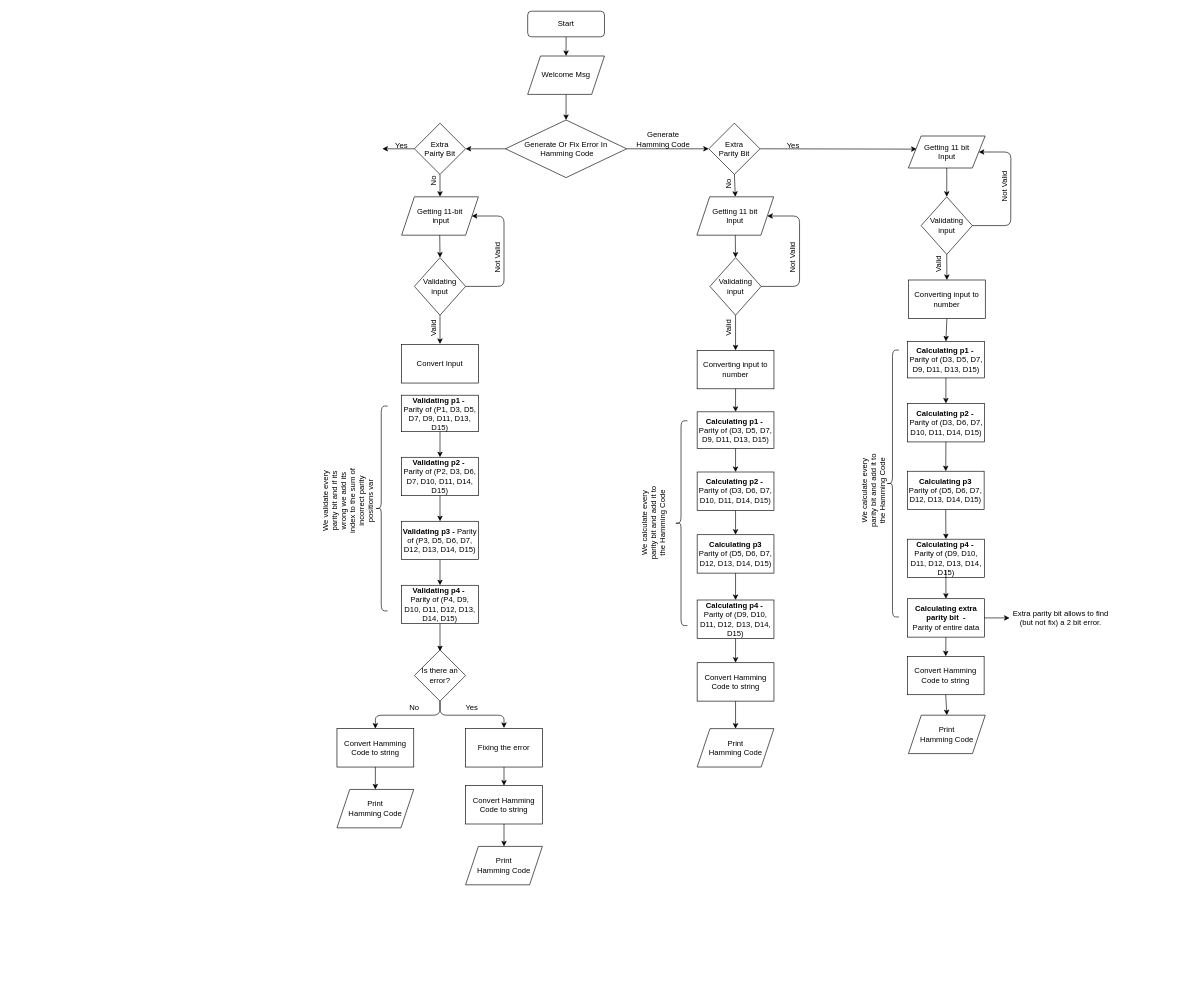
The draw.io diagram Diagrams/Part1.drawio in Bnux256/Hamming-Code-8086, before the edit. Source tidied: cells renumbered, new cells numbered last; positions are measured from the earlier drawing's top-left corner, leaving out a move shared by most shapes. Both pictures are drawn from the tidied source at 64%, with x=0, y=0 at pixel (305, 11).
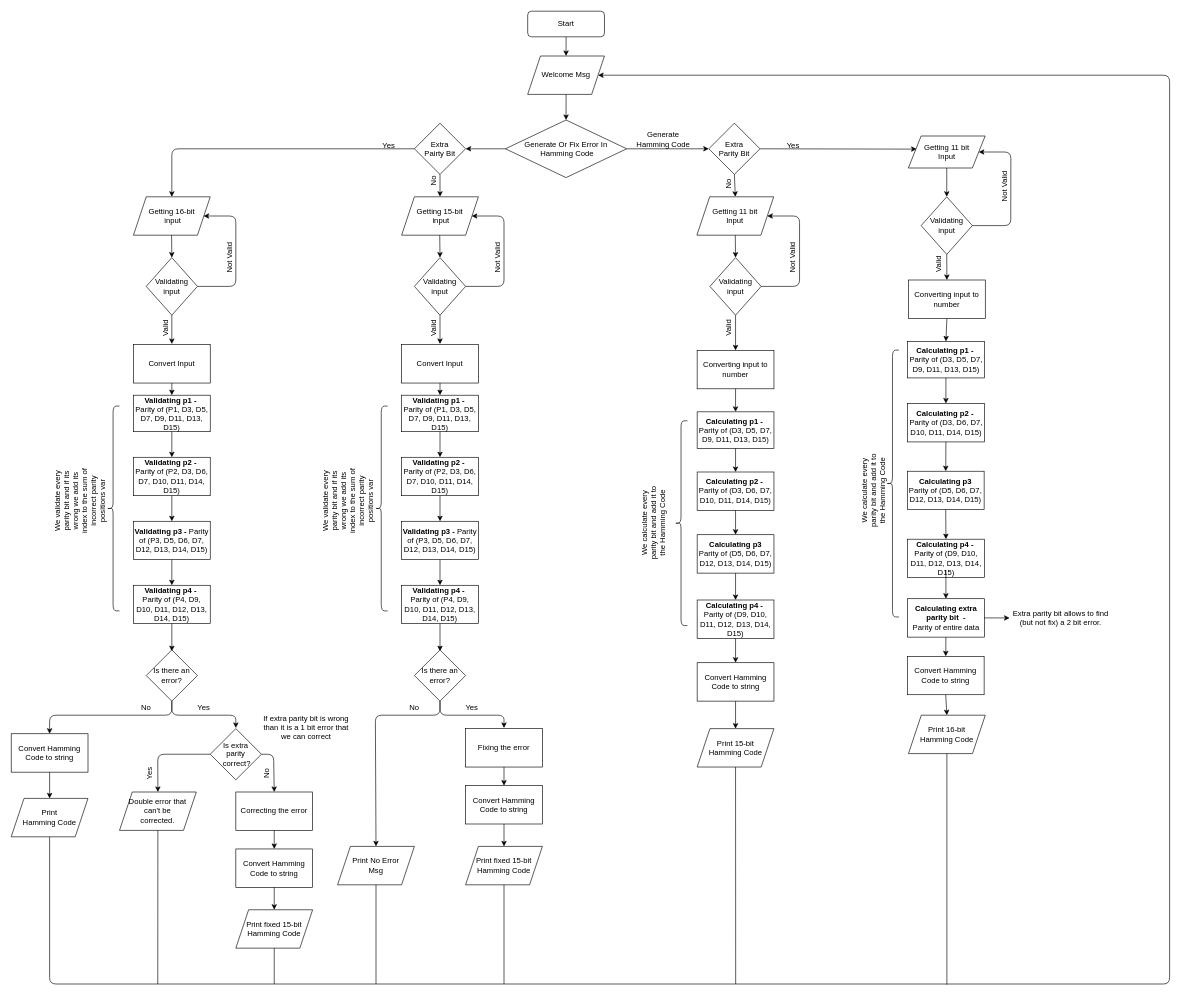
Above is the later version.

The change refers to these unchanged cells:
```xml
<mxCell id="2" value="Welcome Msg" style="shape=parallelogram;perimeter=parallelogramPerimeter;whiteSpace=wrap;html=1;fixedSize=1;" parent="1" vertex="1">
  <mxGeometry x="348" y="70" width="120" height="60" as="geometry" />
</mxCell>
<mxCell id="55" value="Extra &lt;br&gt;Pairty Bit" style="rhombus;whiteSpace=wrap;html=1;" parent="1" vertex="1">
  <mxGeometry x="171" y="175" width="80" height="80" as="geometry" />
</mxCell>
<mxCell id="67" value="Convert Input" style="rounded=0;whiteSpace=wrap;html=1;" parent="1" vertex="1">
  <mxGeometry x="151" y="521" width="120" height="60" as="geometry" />
</mxCell>
<mxCell id="68" value="&lt;b&gt;Validating p1 -&amp;nbsp;&lt;br&gt;&lt;/b&gt;Parity of (P1, D3, D5, D7, D9, D11, D13, D15)" style="rounded=0;whiteSpace=wrap;html=1;" parent="1" vertex="1">
  <mxGeometry x="151" y="600" width="120" height="57" as="geometry" />
</mxCell>
<mxCell id="83" value="Is there an error?" style="rhombus;whiteSpace=wrap;html=1;" parent="1" vertex="1">
  <mxGeometry x="171" y="998" width="80" height="80" as="geometry" />
</mxCell>
```

Change to the diagram source:
```diff
@@
-    <mxCell id="22" value="Print &lt;br&gt;Hamming Code" style="shape=parallelogram;perimeter=parallelogramPerimeter;whiteSpace=wrap;html=1;fixedSize=1;" parent="1" vertex="1">
+    <mxCell id="22" value="Print 15-bit&lt;br&gt;Hamming Code" style="shape=parallelogram;perimeter=parallelogramPerimeter;whiteSpace=wrap;html=1;fixedSize=1;" parent="1" vertex="1">
       <mxGeometry x="612.8" y="1121" width="120" height="60" as="geometry" />
     </mxCell>
@@
-    <mxCell id="52" value="Print &lt;br&gt;Hamming Code" style="shape=parallelogram;perimeter=parallelogramPerimeter;whiteSpace=wrap;html=1;fixedSize=1;" parent="1" vertex="1">
+    <mxCell id="52" value="Print 16-bit&lt;br&gt;Hamming Code" style="shape=parallelogram;perimeter=parallelogramPerimeter;whiteSpace=wrap;html=1;fixedSize=1;" parent="1" vertex="1">
       <mxGeometry x="943" y="1100" width="120" height="60" as="geometry" />
     </mxCell>
@@
-    <mxCell id="58" value="Getting 11-bit&lt;br&gt;&amp;nbsp;input" style="shape=parallelogram;perimeter=parallelogramPerimeter;whiteSpace=wrap;html=1;fixedSize=1;" parent="1" vertex="1">
+    <mxCell id="58" value="Getting 15-bit&lt;br&gt;&amp;nbsp;input" style="shape=parallelogram;perimeter=parallelogramPerimeter;whiteSpace=wrap;html=1;fixedSize=1;" parent="1" vertex="1">
       <mxGeometry x="151" y="290" width="120" height="60" as="geometry" />
     </mxCell>
@@
-    <mxCell id="65" style="endArrow=classic;html=1;exitX=0;exitY=0.5;exitDx=0;exitDy=0;" parent="1" edge="1" source="55">
+    <mxCell id="65" style="endArrow=classic;html=1;exitX=0;exitY=0.5;exitDx=0;exitDy=0;entryX=0.5;entryY=0;entryDx=0;entryDy=0;" parent="1" edge="1" source="55" target="100">
       <mxGeometry relative="1" as="geometry">
-        <mxPoint x="121" y="215" as="targetPoint" />
+        <Array as="points">
+          <mxPoint x="-208" y="215" />
+        </Array>
       </mxGeometry>
     </mxCell>
     <mxCell id="66" value="Yes" style="text;html=1;strokeColor=none;fillColor=none;align=center;verticalAlign=middle;whiteSpace=wrap;rounded=0;" parent="1" vertex="1">
-      <mxGeometry x="131" y="200" width="40" height="20" as="geometry" />
+      <mxGeometry x="111" y="200" width="40" height="20" as="geometry" />
     </mxCell>
@@
-    <mxCell id="78" value="Convert Hamming Code to string" style="rounded=0;whiteSpace=wrap;html=1;" parent="1" vertex="1">
-      <mxGeometry x="50" y="1121" width="120" height="60" as="geometry" />
-    </mxCell>
-    <mxCell id="79" style="endArrow=classic;html=1;exitX=0.5;exitY=1;exitDx=0;exitDy=0;entryX=0.5;entryY=0;entryDx=0;entryDy=0;" parent="1" edge="1" source="83" target="78">
+    <mxCell id="79" style="endArrow=classic;html=1;exitX=0.5;exitY=1;exitDx=0;exitDy=0;entryX=0.5;entryY=0;entryDx=0;entryDy=0;" parent="1" edge="1" source="83" target="80">
       <mxGeometry relative="1" as="geometry">
         <Array as="points">
           <mxPoint x="211" y="1100" />
           <mxPoint x="110" y="1100" />
         </Array>
       </mxGeometry>
     </mxCell>
-    <mxCell id="80" value="Print &lt;br&gt;Hamming Code" style="shape=parallelogram;perimeter=parallelogramPerimeter;whiteSpace=wrap;html=1;fixedSize=1;" parent="1" vertex="1">
-      <mxGeometry x="50" y="1216" width="120" height="60" as="geometry" />
+    <mxCell id="80" value="Print No Error &lt;br&gt;Msg" style="shape=parallelogram;perimeter=parallelogramPerimeter;whiteSpace=wrap;html=1;fixedSize=1;" parent="1" vertex="1">
+      <mxGeometry x="51" y="1305" width="120" height="60" as="geometry" />
     </mxCell>
-    <mxCell id="81" style="endArrow=classic;html=1;exitX=0.5;exitY=1;exitDx=0;exitDy=0;entryX=0.5;entryY=0;entryDx=0;entryDy=0;" parent="1" edge="1" source="78" target="80">
-      <mxGeometry relative="1" as="geometry" />
-    </mxCell>
@@
-    <mxCell id="90" value="Print &lt;br&gt;Hamming Code" style="shape=parallelogram;perimeter=parallelogramPerimeter;whiteSpace=wrap;html=1;fixedSize=1;" parent="1" vertex="1">
+    <mxCell id="90" value="Print fixed 15-bit&lt;br&gt;Hamming Code" style="shape=parallelogram;perimeter=parallelogramPerimeter;whiteSpace=wrap;html=1;fixedSize=1;" parent="1" vertex="1">
       <mxGeometry x="251" y="1305" width="120" height="60" as="geometry" />
     </mxCell>
@@
+    <mxCell id="100" value="Getting 16-bit&lt;br&gt;&amp;nbsp;input" style="shape=parallelogram;perimeter=parallelogramPerimeter;whiteSpace=wrap;html=1;fixedSize=1;" parent="1" vertex="1">
+      <mxGeometry x="-268" y="290" width="120" height="60" as="geometry" />
+    </mxCell>
+    <mxCell id="101" style="endArrow=classic;html=1;exitX=0.5;exitY=1;exitDx=0;exitDy=0;entryX=0.5;entryY=0;entryDx=0;entryDy=0;" parent="1" edge="1">
+      <mxGeometry relative="1" as="geometry">
+        <mxPoint x="-208.4" y="350" as="sourcePoint" />
+        <mxPoint x="-208" y="385" as="targetPoint" />
+      </mxGeometry>
+    </mxCell>
+    <mxCell id="102" value="&amp;nbsp;Validating&amp;nbsp;&lt;br&gt;input" style="rhombus;whiteSpace=wrap;html=1;" parent="1" vertex="1">
+      <mxGeometry x="-248" y="385" width="80" height="90" as="geometry" />
+    </mxCell>
+    <mxCell id="103" style="endArrow=classic;html=1;exitX=1;exitY=0.5;exitDx=0;exitDy=0;entryX=1;entryY=0.5;entryDx=0;entryDy=0;" parent="1" edge="1" source="102">
+      <mxGeometry relative="1" as="geometry">
+        <mxPoint x="-158.4" y="320" as="targetPoint" />
+        <Array as="points">
+          <mxPoint x="-108" y="430" />
+          <mxPoint x="-108" y="320" />
+        </Array>
+      </mxGeometry>
+    </mxCell>
+    <mxCell id="104" value="Not Valid" style="text;html=1;strokeColor=none;fillColor=none;align=center;verticalAlign=middle;whiteSpace=wrap;rounded=0;rotation=-90;" parent="1" vertex="1">
+      <mxGeometry x="-148" y="375" width="60" height="20" as="geometry" />
+    </mxCell>
+    <mxCell id="105" value="Valid" style="text;html=1;strokeColor=none;fillColor=none;align=center;verticalAlign=middle;whiteSpace=wrap;rounded=0;rotation=-90;" parent="1" vertex="1">
+      <mxGeometry x="-238" y="485" width="40" height="20" as="geometry" />
+    </mxCell>
+    <mxCell id="106" style="endArrow=classic;html=1;exitX=0.5;exitY=1;exitDx=0;exitDy=0;" parent="1" edge="1" source="102">
+      <mxGeometry relative="1" as="geometry">
+        <mxPoint x="-208" y="520" as="targetPoint" />
+      </mxGeometry>
+    </mxCell>
+    <mxCell id="107" value="Convert Input" style="rounded=0;whiteSpace=wrap;html=1;" parent="1" vertex="1">
+      <mxGeometry x="-268" y="521" width="120" height="60" as="geometry" />
+    </mxCell>
+    <mxCell id="108" value="&lt;b&gt;Validating p1 -&amp;nbsp;&lt;br&gt;&lt;/b&gt;Parity of (P1, D3, D5, D7, D9, D11, D13, D15)" style="rounded=0;whiteSpace=wrap;html=1;" parent="1" vertex="1">
+      <mxGeometry x="-268" y="600" width="120" height="57" as="geometry" />
+    </mxCell>
+    <mxCell id="109" style="endArrow=classic;html=1;exitX=0.5;exitY=1;exitDx=0;exitDy=0;" parent="1" edge="1">
+      <mxGeometry relative="1" as="geometry">
+        <mxPoint x="-208" y="657" as="sourcePoint" />
+        <mxPoint x="-208" y="697" as="targetPoint" />
+      </mxGeometry>
+    </mxCell>
+    <mxCell id="110" value="&lt;b&gt;Validating p2 -&amp;nbsp;&lt;/b&gt;&lt;br&gt;Parity of (P2, D3, D6, D7, D10, D11, D14, D15)" style="rounded=0;whiteSpace=wrap;html=1;" parent="1" vertex="1">
+      <mxGeometry x="-268" y="697" width="120" height="60" as="geometry" />
+    </mxCell>
+    <mxCell id="111" style="endArrow=classic;html=1;exitX=0.5;exitY=1;exitDx=0;exitDy=0;" parent="1" edge="1">
+      <mxGeometry relative="1" as="geometry">
+        <mxPoint x="-208" y="757" as="sourcePoint" />
+        <mxPoint x="-208" y="797" as="targetPoint" />
+      </mxGeometry>
+    </mxCell>
+    <mxCell id="112" value="&lt;b&gt;Validating p3 -&amp;nbsp;&lt;/b&gt;Parity of (P3, D5, D6, D7, D12, D13, D14, D15)" style="rounded=0;whiteSpace=wrap;html=1;" parent="1" vertex="1">
+      <mxGeometry x="-268" y="797" width="120" height="60" as="geometry" />
+    </mxCell>
+    <mxCell id="113" style="endArrow=classic;html=1;exitX=0.5;exitY=1;exitDx=0;exitDy=0;" parent="1" edge="1">
+      <mxGeometry relative="1" as="geometry">
+        <mxPoint x="-208" y="857" as="sourcePoint" />
+        <mxPoint x="-208" y="897" as="targetPoint" />
+      </mxGeometry>
+    </mxCell>
+    <mxCell id="114" value="&lt;b&gt;Validating p4 -&amp;nbsp;&lt;/b&gt;&lt;br&gt;Parity of (P4, D9, D10, D11, D12, D13, D14, D15)" style="rounded=0;whiteSpace=wrap;html=1;" parent="1" vertex="1">
+      <mxGeometry x="-268" y="897" width="120" height="60" as="geometry" />
+    </mxCell>
+    <mxCell id="115" style="group;" parent="1" vertex="1">
+      <mxGeometry x="-364.8" y="617" width="75" height="320" as="geometry" />
+    </mxCell>
+    <mxCell id="116" value="&lt;br&gt;We validate every parity bit and if its wrong we add its index to the sum of incorrect parity positions var" style="text;html=1;strokeColor=none;fillColor=none;align=center;verticalAlign=middle;whiteSpace=wrap;rounded=0;rotation=-90;" parent="115" vertex="1">
+      <mxGeometry x="-54" y="133" width="120" height="30" as="geometry" />
+    </mxCell>
+    <mxCell id="117" style="shape=curlyBracket;whiteSpace=wrap;html=1;rounded=1;" parent="115" vertex="1">
+      <mxGeometry x="55" width="20" height="320" as="geometry" />
+    </mxCell>
+    <mxCell id="118" value="Convert Hamming Code to string" style="rounded=0;whiteSpace=wrap;html=1;" parent="1" vertex="1">
+      <mxGeometry x="-459" y="1129" width="120" height="60" as="geometry" />
+    </mxCell>
+    <mxCell id="119" style="endArrow=classic;html=1;exitX=0.5;exitY=1;exitDx=0;exitDy=0;entryX=0.5;entryY=0;entryDx=0;entryDy=0;" parent="1" edge="1" source="123" target="118">
+      <mxGeometry relative="1" as="geometry">
+        <Array as="points">
+          <mxPoint x="-208" y="1100" />
+          <mxPoint x="-399" y="1100" />
+        </Array>
+      </mxGeometry>
+    </mxCell>
+    <mxCell id="120" value="Print &lt;br&gt;Hamming Code" style="shape=parallelogram;perimeter=parallelogramPerimeter;whiteSpace=wrap;html=1;fixedSize=1;" parent="1" vertex="1">
+      <mxGeometry x="-459" y="1230" width="120" height="60" as="geometry" />
+    </mxCell>
+    <mxCell id="121" style="endArrow=classic;html=1;exitX=0.5;exitY=1;exitDx=0;exitDy=0;entryX=0.5;entryY=0;entryDx=0;entryDy=0;" parent="1" edge="1" source="118" target="120">
+      <mxGeometry relative="1" as="geometry" />
+    </mxCell>
+    <mxCell id="122" style="endArrow=classic;html=1;exitX=0.5;exitY=1;exitDx=0;exitDy=0;" parent="1" edge="1" source="114">
+      <mxGeometry relative="1" as="geometry">
+        <mxPoint x="-208" y="1000" as="targetPoint" />
+      </mxGeometry>
+    </mxCell>
+    <mxCell id="123" value="Is there an error?" style="rhombus;whiteSpace=wrap;html=1;" parent="1" vertex="1">
+      <mxGeometry x="-248" y="998" width="80" height="80" as="geometry" />
+    </mxCell>
+    <mxCell id="124" value="No" style="text;html=1;strokeColor=none;fillColor=none;align=center;verticalAlign=middle;whiteSpace=wrap;rounded=0;" parent="1" vertex="1">
+      <mxGeometry x="-268" y="1078" width="40" height="20" as="geometry" />
+    </mxCell>
+    <mxCell id="125" style="endArrow=classic;html=1;exitX=0.5;exitY=1;exitDx=0;exitDy=0;" parent="1" edge="1" source="123">
+      <mxGeometry relative="1" as="geometry">
+        <mxPoint x="-108" y="1120" as="targetPoint" />
+        <Array as="points">
+          <mxPoint x="-208" y="1100" />
+          <mxPoint x="-108" y="1100" />
+        </Array>
+      </mxGeometry>
+    </mxCell>
+    <mxCell id="126" value="Yes" style="text;html=1;strokeColor=none;fillColor=none;align=center;verticalAlign=middle;whiteSpace=wrap;rounded=0;" parent="1" vertex="1">
+      <mxGeometry x="-178" y="1078" width="40" height="20" as="geometry" />
+    </mxCell>
+    <mxCell id="127" style="endArrow=classic;html=1;exitX=0.5;exitY=1;exitDx=0;exitDy=0;entryX=0.5;entryY=0;entryDx=0;entryDy=0;" parent="1" edge="1" source="67" target="68">
+      <mxGeometry relative="1" as="geometry" />
+    </mxCell>
+    <mxCell id="128" style="endArrow=classic;html=1;exitX=0.5;exitY=1;exitDx=0;exitDy=0;entryX=0.5;entryY=0;entryDx=0;entryDy=0;" parent="1" edge="1" source="107" target="108">
+      <mxGeometry relative="1" as="geometry" />
+    </mxCell>
+    <mxCell id="129" value="Is extra &lt;br&gt;parity&lt;br&gt;&amp;nbsp;correct?" style="rhombus;whiteSpace=wrap;html=1;" parent="1" vertex="1">
+      <mxGeometry x="-148" y="1121" width="80" height="80" as="geometry" />
+    </mxCell>
+    <mxCell id="130" style="endArrow=classic;html=1;exitX=1;exitY=0.5;exitDx=0;exitDy=0;entryX=0.5;entryY=0;entryDx=0;entryDy=0;" parent="1" edge="1" source="129" target="132">
+      <mxGeometry relative="1" as="geometry">
+        <Array as="points">
+          <mxPoint x="-49" y="1161" />
+        </Array>
+      </mxGeometry>
+    </mxCell>
+    <mxCell id="131" value="No" style="text;html=1;strokeColor=none;fillColor=none;align=center;verticalAlign=middle;whiteSpace=wrap;rounded=0;rotation=-90;" parent="1" vertex="1">
+      <mxGeometry x="-79" y="1181" width="40" height="20" as="geometry" />
+    </mxCell>
+    <mxCell id="132" value="Correcting the error" style="rounded=0;whiteSpace=wrap;html=1;" parent="1" vertex="1">
+      <mxGeometry x="-108" y="1220" width="120" height="60" as="geometry" />
+    </mxCell>
+    <mxCell id="133" style="endArrow=classic;html=1;exitX=0.5;exitY=1;exitDx=0;exitDy=0;" parent="1" edge="1" source="132">
+      <mxGeometry relative="1" as="geometry">
+        <mxPoint x="-48" y="1309" as="targetPoint" />
+      </mxGeometry>
+    </mxCell>
+    <mxCell id="134" value="Convert Hamming Code to string" style="rounded=0;whiteSpace=wrap;html=1;" parent="1" vertex="1">
+      <mxGeometry x="-108" y="1309" width="120" height="60" as="geometry" />
+    </mxCell>
+    <mxCell id="135" value="Print fixed 15-bit&lt;br&gt;Hamming Code" style="shape=parallelogram;perimeter=parallelogramPerimeter;whiteSpace=wrap;html=1;fixedSize=1;" parent="1" vertex="1">
+      <mxGeometry x="-108" y="1404" width="120" height="60" as="geometry" />
+    </mxCell>
+    <mxCell id="136" style="endArrow=classic;html=1;exitX=0.5;exitY=1;exitDx=0;exitDy=0;entryX=0.5;entryY=0;entryDx=0;entryDy=0;" parent="1" edge="1" source="134" target="135">
+      <mxGeometry relative="1" as="geometry" />
+    </mxCell>
+    <mxCell id="137" value="If extra parity bit is wrong than it is a 1 bit error that we can correct" style="text;html=1;strokeColor=none;fillColor=none;align=center;verticalAlign=middle;whiteSpace=wrap;rounded=0;" parent="1" vertex="1">
+      <mxGeometry x="-68" y="1109" width="140" height="20" as="geometry" />
+    </mxCell>
+    <mxCell id="138" style="endArrow=classic;html=1;exitX=0;exitY=0.5;exitDx=0;exitDy=0;entryX=0.5;entryY=0;entryDx=0;entryDy=0;" parent="1" edge="1" source="129" target="139">
+      <mxGeometry relative="1" as="geometry">
+        <Array as="points">
+          <mxPoint x="-230" y="1161" />
+        </Array>
+      </mxGeometry>
+    </mxCell>
+    <mxCell id="139" value="Double error that&lt;br&gt;can't be &lt;br&gt;corrected." style="shape=parallelogram;perimeter=parallelogramPerimeter;whiteSpace=wrap;html=1;fixedSize=1;" parent="1" vertex="1">
+      <mxGeometry x="-289.8" y="1220" width="120" height="60" as="geometry" />
+    </mxCell>
+    <mxCell id="140" value="Yes" style="text;html=1;strokeColor=none;fillColor=none;align=center;verticalAlign=middle;whiteSpace=wrap;rounded=0;rotation=-90;" parent="1" vertex="1">
+      <mxGeometry x="-262" y="1181" width="40" height="20" as="geometry" />
+    </mxCell>
+    <mxCell id="141" style="endArrow=classic;html=1;entryX=1;entryY=0.5;entryDx=0;entryDy=0;exitX=0.5;exitY=1;exitDx=0;exitDy=0;" parent="1" edge="1" source="120" target="2">
+      <mxGeometry relative="1" as="geometry">
+        <Array as="points">
+          <mxPoint x="-399" y="1520" />
+          <mxPoint x="1351" y="1520" />
+          <mxPoint x="1351" y="100" />
+        </Array>
+      </mxGeometry>
+    </mxCell>
+    <mxCell id="142" style="endArrow=none;html=1;strokeColor=#000000;exitX=0.5;exitY=1;exitDx=0;exitDy=0;" parent="1" edge="1" source="139">
+      <mxGeometry relative="1" as="geometry">
+        <mxPoint x="-230" y="1520" as="targetPoint" />
+      </mxGeometry>
+    </mxCell>
+    <mxCell id="143" style="endArrow=none;html=1;strokeColor=#000000;entryX=0.5;entryY=1;entryDx=0;entryDy=0;" parent="1" edge="1" target="135">
+      <mxGeometry relative="1" as="geometry">
+        <mxPoint x="-48" y="1520" as="sourcePoint" />
+      </mxGeometry>
+    </mxCell>
+    <mxCell id="144" style="endArrow=none;html=1;strokeColor=#000000;exitX=0.5;exitY=1;exitDx=0;exitDy=0;" parent="1" edge="1" source="80">
+      <mxGeometry relative="1" as="geometry">
+        <mxPoint x="111" y="1520" as="targetPoint" />
+      </mxGeometry>
+    </mxCell>
+    <mxCell id="145" style="endArrow=none;html=1;strokeColor=#000000;exitX=0.5;exitY=1;exitDx=0;exitDy=0;" parent="1" edge="1" source="90">
+      <mxGeometry relative="1" as="geometry">
+        <mxPoint x="311" y="1520" as="targetPoint" />
+      </mxGeometry>
+    </mxCell>
+    <mxCell id="146" style="endArrow=none;html=1;strokeColor=#000000;exitX=0.5;exitY=1;exitDx=0;exitDy=0;" parent="1" edge="1" source="22">
+      <mxGeometry relative="1" as="geometry">
+        <mxPoint x="673" y="1520" as="targetPoint" />
+      </mxGeometry>
+    </mxCell>
+    <mxCell id="147" style="endArrow=none;html=1;strokeColor=#000000;exitX=0.5;exitY=1;exitDx=0;exitDy=0;" parent="1" edge="1" source="52">
+      <mxGeometry relative="1" as="geometry">
+        <mxPoint x="1003" y="1521" as="targetPoint" />
+      </mxGeometry>
+    </mxCell>
```
